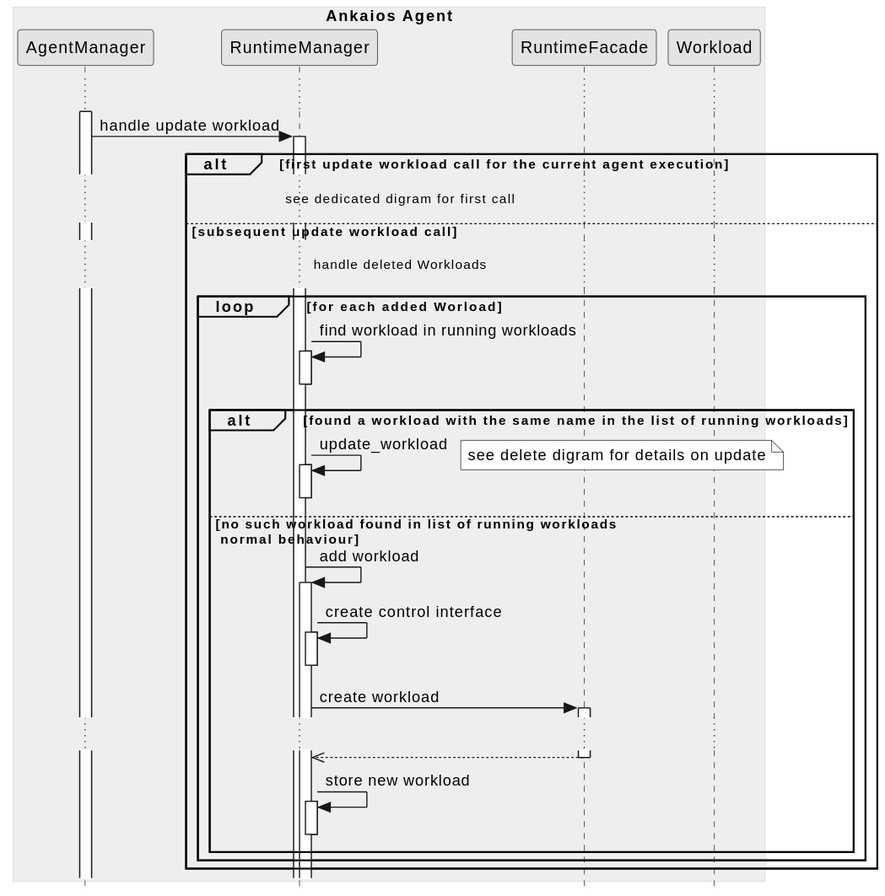
Before: agent/doc/swdesign/plantuml/seq_update_workload_subsequent_added.svg, a diagram exported from PlantUML (eclipse-ankaios/ankaios).
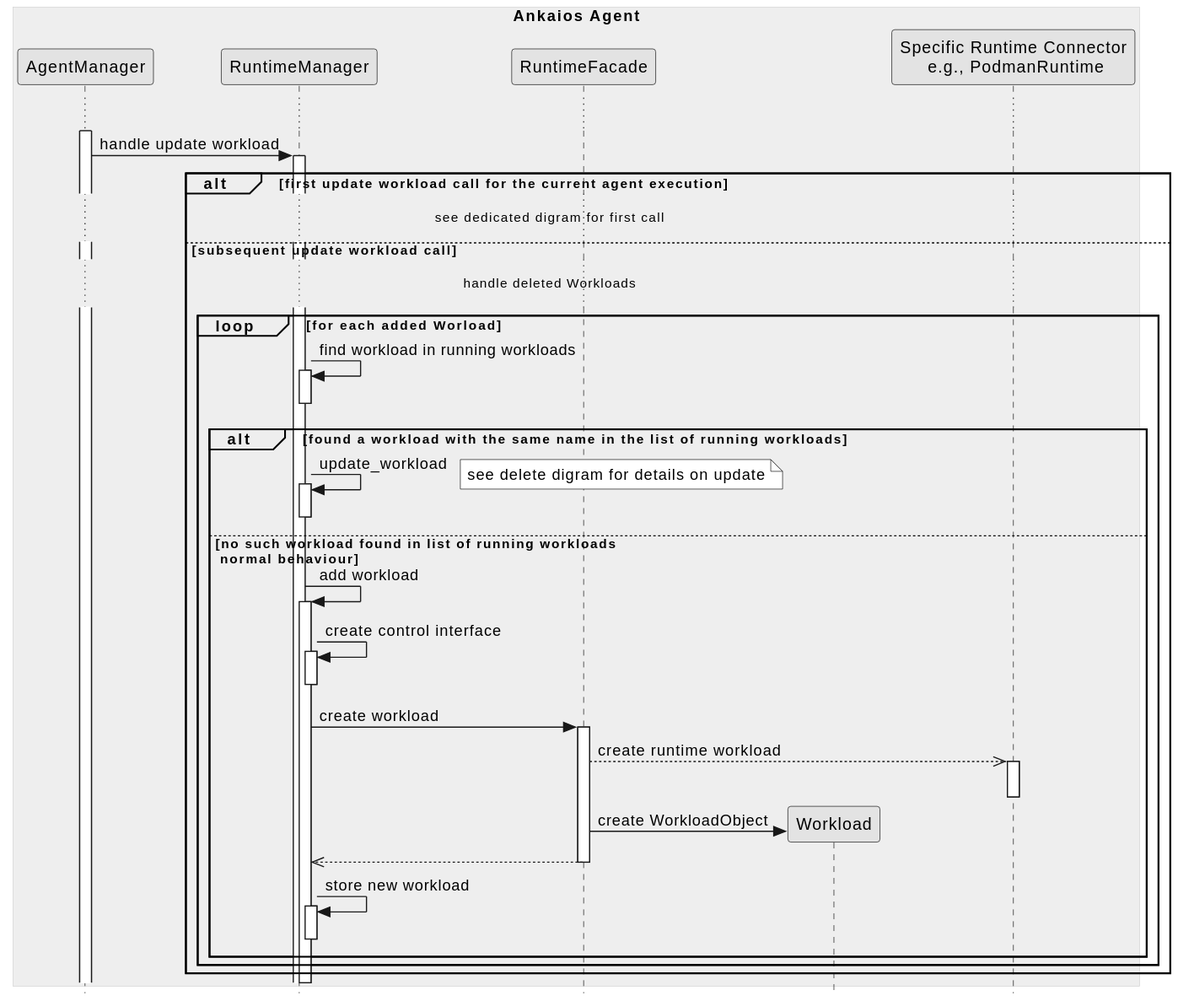
Later version of the same file.

The edit, as a diff of the source:
```diff
@@ -8,6 +8,8 @@
     participant "RuntimeFacade" as rt_facade
 
     participant "Workload" as workload
+
+    participant "Specific Runtime Connector\n e.g., PodmanRuntime" as runtime
 
 end box
 
@@ -33,7 +35,11 @@
             runtime_manager -> runtime_manager++: add workload
             runtime_manager -> runtime_manager++--: create control interface
             runtime_manager -> rt_facade++: create workload
-            ...
+
+            rt_facade -->> runtime++: create runtime workload
+            deactivate runtime
+
+            rt_facade -> workload **: create WorkloadObject
             rt_facade -->> runtime_manager--
             runtime_manager -> runtime_manager++--: store new workload
         end
```
